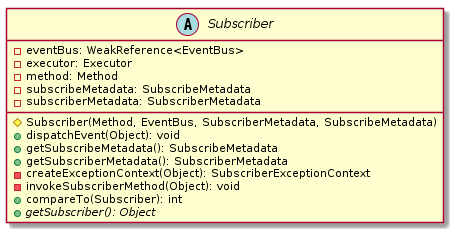
Earlier version of the PlantUML export malokhvii-eduard/malokhvii05/doc/plantuml/png/ua.khpi.oop.malokhvii05.common.eventbus.subscribe.Subscriber.png (P-Kalin/kit26a).
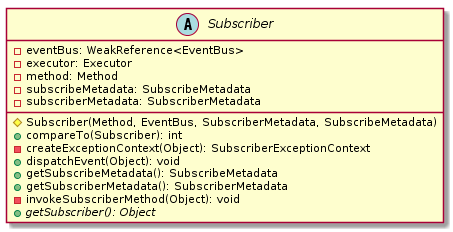
Later version of the same file.

What changed in the source:
```diff
@@ -7,12 +7,12 @@
         -subscribeMetadata: SubscribeMetadata
         -subscriberMetadata: SubscriberMetadata
         #Subscriber(Method, EventBus, SubscriberMetadata, SubscribeMetadata)
+        +compareTo(Subscriber): int
+        -createExceptionContext(Object): SubscriberExceptionContext
         +dispatchEvent(Object): void
         +getSubscribeMetadata(): SubscribeMetadata
         +getSubscriberMetadata(): SubscriberMetadata
-        -createExceptionContext(Object): SubscriberExceptionContext
         -invokeSubscriberMethod(Object): void
-        +compareTo(Subscriber): int
         {abstract} +getSubscriber(): Object
     }
 
```
